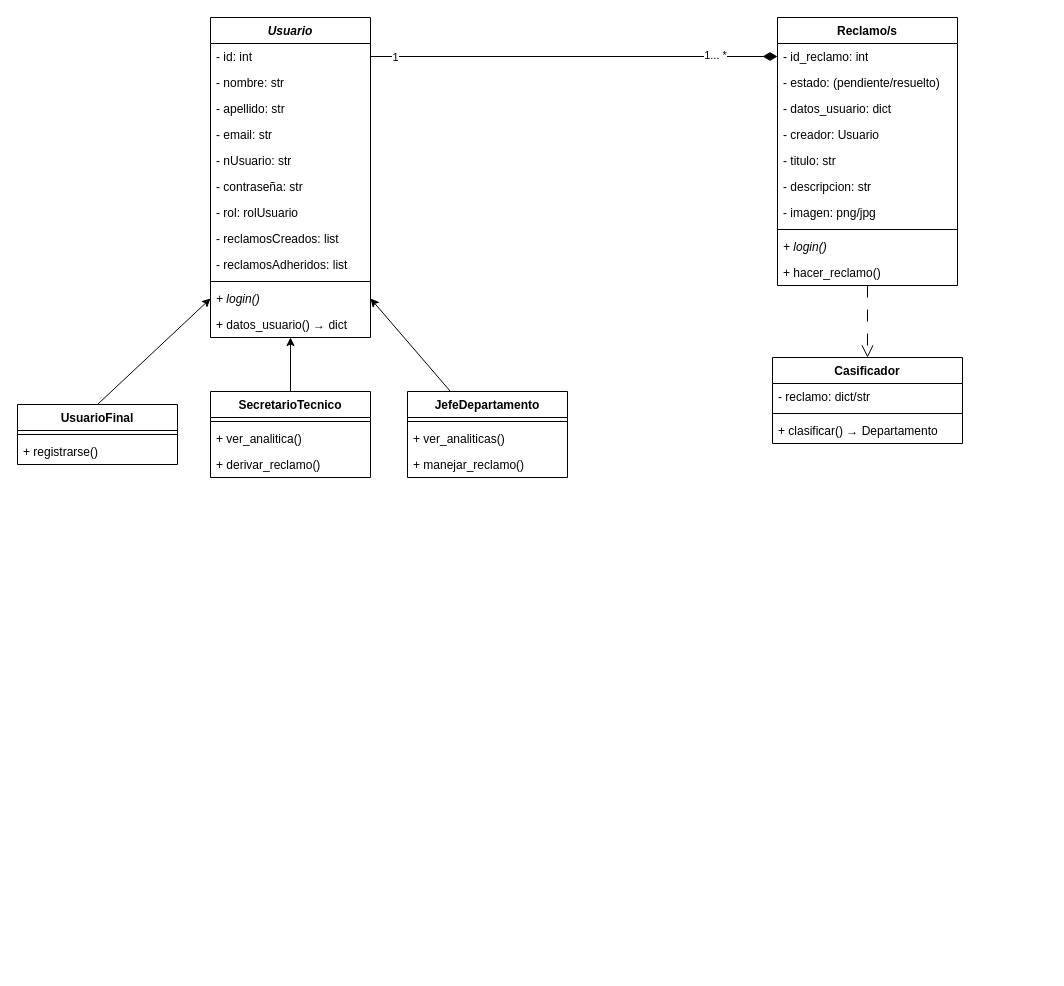
Before: TrabajoPractico_3/docs/diagrama_UML_TP3.drawio in FelipeCarrozzo/prog_avanzada, a draw.io diagram. Source tidied: cells renumbered, new cells numbered last; positions are measured from the earlier drawing's top-left corner, leaving out a move shared by most shapes. Both pictures are drawn from the tidied source at 100%, with x=0, y=0 at pixel (17, 17).
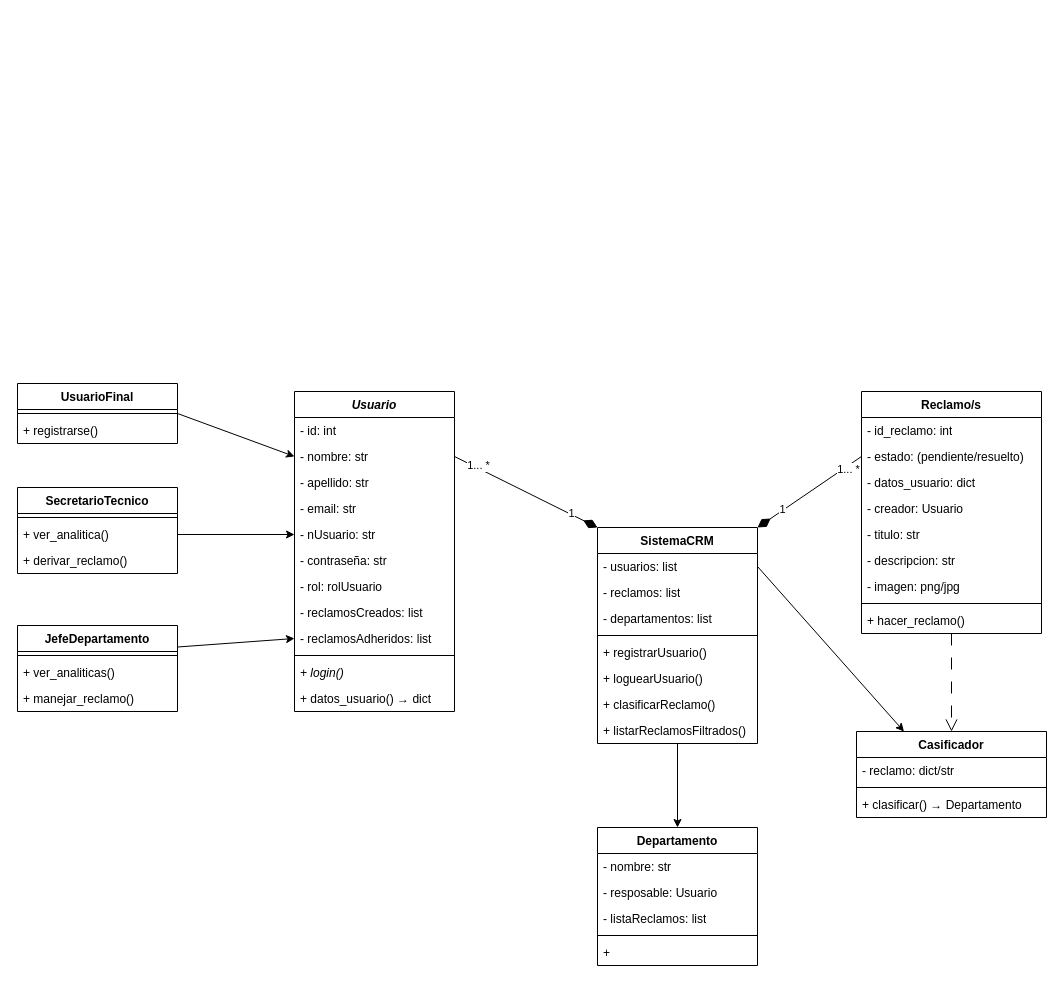
Above is the later version.

Commit message:
actualizo UML. Revisar relaciones

The change refers to these unchanged cells:
```xml
<mxCell id="10" value="- id: int" style="text;strokeColor=none;fillColor=none;align=left;verticalAlign=top;spacingLeft=4;spacingRight=4;overflow=hidden;points=[[0,0.5],[1,0.5]];portConstraint=eastwest;whiteSpace=wrap;html=1;" parent="9" vertex="1">
  <mxGeometry y="26" width="160" height="26" as="geometry" />
</mxCell>
<mxCell id="11" value="- nombre: str" style="text;strokeColor=none;fillColor=none;align=left;verticalAlign=top;spacingLeft=4;spacingRight=4;overflow=hidden;points=[[0,0.5],[1,0.5]];portConstraint=eastwest;whiteSpace=wrap;html=1;" parent="9" vertex="1">
  <mxGeometry y="52" width="160" height="26" as="geometry" />
</mxCell>
<mxCell id="14" value="- nUsuario: str" style="text;strokeColor=none;fillColor=none;align=left;verticalAlign=top;spacingLeft=4;spacingRight=4;overflow=hidden;points=[[0,0.5],[1,0.5]];portConstraint=eastwest;whiteSpace=wrap;html=1;" parent="9" vertex="1">
  <mxGeometry y="130" width="160" height="26" as="geometry" />
</mxCell>
<mxCell id="18" value="- reclamosAdheridos: list&amp;nbsp;" style="text;strokeColor=none;fillColor=none;align=left;verticalAlign=top;spacingLeft=4;spacingRight=4;overflow=hidden;points=[[0,0.5],[1,0.5]];portConstraint=eastwest;whiteSpace=wrap;html=1;" parent="9" vertex="1">
  <mxGeometry y="234" width="160" height="26" as="geometry" />
</mxCell>
<mxCell id="20" value="&lt;i&gt;&lt;font style=&quot;color: rgb(0, 0, 0);&quot;&gt;+ login()&lt;/font&gt;&lt;/i&gt;" style="text;strokeColor=none;fillColor=none;align=left;verticalAlign=top;spacingLeft=4;spacingRight=4;overflow=hidden;points=[[0,0.5],[1,0.5]];portConstraint=eastwest;whiteSpace=wrap;html=1;" parent="9" vertex="1">
  <mxGeometry y="268" width="160" height="26" as="geometry" />
</mxCell>
<mxCell id="25" value="+ ver_analitica()" style="text;strokeColor=none;fillColor=none;align=left;verticalAlign=top;spacingLeft=4;spacingRight=4;overflow=hidden;points=[[0,0.5],[1,0.5]];portConstraint=eastwest;whiteSpace=wrap;html=1;" parent="23" vertex="1">
  <mxGeometry y="34" width="160" height="26" as="geometry" />
</mxCell>
<mxCell id="34" value="- id_reclamo: int" style="text;strokeColor=none;fillColor=none;align=left;verticalAlign=top;spacingLeft=4;spacingRight=4;overflow=hidden;points=[[0,0.5],[1,0.5]];portConstraint=eastwest;whiteSpace=wrap;html=1;" parent="33" vertex="1">
  <mxGeometry y="26" width="180" height="26" as="geometry" />
</mxCell>
<mxCell id="35" value="- estado: (pendiente/resuelto)" style="text;strokeColor=none;fillColor=none;align=left;verticalAlign=top;spacingLeft=4;spacingRight=4;overflow=hidden;points=[[0,0.5],[1,0.5]];portConstraint=eastwest;whiteSpace=wrap;html=1;" parent="33" vertex="1">
  <mxGeometry y="52" width="180" height="26" as="geometry" />
</mxCell>
```

What changed in the source:
```diff
@@
-    <mxCell id="2" style="edgeStyle=none;html=1;exitX=0.5;exitY=0;exitDx=0;exitDy=0;entryX=0;entryY=0.5;entryDx=0;entryDy=0;" parent="1" edge="1" source="3" target="20">
-      <mxGeometry relative="1" as="geometry" />
-    </mxCell>
+    <mxCell id="48" style="edgeStyle=none;html=1;exitX=1;exitY=0.5;exitDx=0;exitDy=0;entryX=0;entryY=0.5;entryDx=0;entryDy=0;" parent="1" edge="1" source="3" target="11">
+      <mxGeometry relative="1" as="geometry" />
+    </mxCell>
     <mxCell id="3" value="UsuarioFinal" style="swimlane;fontStyle=1;align=center;verticalAlign=top;horizontal=1;startSize=26;whiteSpace=wrap;html=1;" parent="1" vertex="1">
-      <mxGeometry y="387" width="160" height="60" as="geometry" />
+      <mxGeometry y="366" width="160" height="60" as="geometry" />
     </mxCell>
@@
-    <mxCell id="6" style="edgeStyle=none;html=1;exitX=1;exitY=0.5;exitDx=0;exitDy=0;entryX=0;entryY=0.5;entryDx=0;entryDy=0;endArrow=diamondThin;endFill=1;endSize=12;" parent="1" edge="1" source="10" target="34">
-      <mxGeometry relative="1" as="geometry" />
-    </mxCell>
-    <mxCell id="7" value="1" style="edgeLabel;html=1;align=center;verticalAlign=middle;" parent="6" vertex="1">
-      <mxGeometry x="-0.88" relative="1" as="geometry" />
-    </mxCell>
-    <mxCell id="8" value="1... *" style="edgeLabel;html=1;align=center;verticalAlign=middle;" parent="6" vertex="1">
-      <mxGeometry x="0.76" y="2" relative="1" as="geometry">
-        <mxPoint x="-14" as="offset" />
-      </mxGeometry>
-    </mxCell>
     <mxCell id="9" value="&lt;i&gt;&lt;font style=&quot;color: rgb(0, 0, 0);&quot;&gt;Usuario&lt;/font&gt;&lt;/i&gt;" style="swimlane;fontStyle=1;align=center;verticalAlign=top;horizontal=1;startSize=26;whiteSpace=wrap;html=1;" parent="1" vertex="1">
-      <mxGeometry x="193" width="160" height="320" as="geometry" />
+      <mxGeometry x="277" y="374" width="160" height="320" as="geometry" />
     </mxCell>
@@
-    <mxCell id="22" style="edgeStyle=none;html=1;entryX=0.5;entryY=1;entryDx=0;entryDy=0;" parent="1" edge="1" source="23" target="9">
-      <mxGeometry relative="1" as="geometry" />
-    </mxCell>
     <mxCell id="23" value="SecretarioTecnico" style="swimlane;fontStyle=1;align=center;verticalAlign=top;horizontal=1;startSize=26;whiteSpace=wrap;html=1;" parent="1" vertex="1">
-      <mxGeometry x="193" y="374" width="160" height="86" as="geometry" />
+      <mxGeometry y="470" width="160" height="86" as="geometry" />
     </mxCell>
@@
-    <mxCell id="27" style="edgeStyle=none;html=1;entryX=1;entryY=0.5;entryDx=0;entryDy=0;" parent="1" edge="1" source="28" target="20">
-      <mxGeometry relative="1" as="geometry" />
-    </mxCell>
+    <mxCell id="49" style="edgeStyle=none;html=1;exitX=1;exitY=0.25;exitDx=0;exitDy=0;entryX=0;entryY=0.5;entryDx=0;entryDy=0;" parent="1" edge="1" source="28" target="18">
+      <mxGeometry relative="1" as="geometry" />
+    </mxCell>
     <mxCell id="28" value="JefeDepartamento" style="swimlane;fontStyle=1;align=center;verticalAlign=top;horizontal=1;startSize=26;whiteSpace=wrap;html=1;" parent="1" vertex="1">
-      <mxGeometry x="390" y="374" width="160" height="86" as="geometry" />
+      <mxGeometry y="608" width="160" height="86" as="geometry" />
     </mxCell>
@@
     <mxCell id="33" value="Reclamo/s" style="swimlane;fontStyle=1;align=center;verticalAlign=top;horizontal=1;startSize=26;whiteSpace=wrap;html=1;" parent="1" vertex="1">
-      <mxGeometry x="760" width="180" height="268" as="geometry" />
+      <mxGeometry x="844" y="374" width="180" height="242" as="geometry" />
     </mxCell>
@@
-    <mxCell id="42" value="&lt;i&gt;&lt;font style=&quot;color: rgb(0, 0, 0);&quot;&gt;+ login()&lt;/font&gt;&lt;/i&gt;" style="text;strokeColor=none;fillColor=none;align=left;verticalAlign=top;spacingLeft=4;spacingRight=4;overflow=hidden;whiteSpace=wrap;html=1;" parent="33" vertex="1">
-      <mxGeometry y="216" width="180" height="26" as="geometry" />
-    </mxCell>
     <mxCell id="43" value="&lt;font style=&quot;color: rgb(0, 0, 0);&quot;&gt;+ hacer_reclamo()&lt;/font&gt;" style="text;strokeColor=none;fillColor=none;align=left;verticalAlign=top;spacingLeft=4;spacingRight=4;overflow=hidden;whiteSpace=wrap;html=1;" parent="33" vertex="1">
-      <mxGeometry y="242" width="180" height="26" as="geometry" />
+      <mxGeometry y="216" width="180" height="26" as="geometry" />
     </mxCell>
     <mxCell id="44" value="Casificador" style="swimlane;fontStyle=1;align=center;verticalAlign=top;horizontal=1;startSize=26;whiteSpace=wrap;html=1;" parent="1" vertex="1">
-      <mxGeometry x="755" y="340" width="190" height="86" as="geometry" />
+      <mxGeometry x="839" y="714" width="190" height="86" as="geometry" />
     </mxCell>
@@
+    <mxCell id="50" value="Departamento" style="swimlane;fontStyle=1;align=center;verticalAlign=top;horizontal=1;startSize=26;whiteSpace=wrap;html=1;" parent="1" vertex="1">
+      <mxGeometry x="580" y="810" width="160" height="138" as="geometry" />
+    </mxCell>
+    <mxCell id="51" value="- nombre: str" style="text;strokeColor=none;fillColor=none;align=left;verticalAlign=top;spacingLeft=4;spacingRight=4;overflow=hidden;whiteSpace=wrap;html=1;" parent="50" vertex="1">
+      <mxGeometry y="26" width="160" height="26" as="geometry" />
+    </mxCell>
+    <mxCell id="52" value="- resposable: Usuario" style="text;strokeColor=none;fillColor=none;align=left;verticalAlign=top;spacingLeft=4;spacingRight=4;overflow=hidden;whiteSpace=wrap;html=1;" parent="50" vertex="1">
+      <mxGeometry y="52" width="160" height="26" as="geometry" />
+    </mxCell>
+    <mxCell id="53" value="- listaReclamos: list" style="text;strokeColor=none;fillColor=none;align=left;verticalAlign=top;spacingLeft=4;spacingRight=4;overflow=hidden;whiteSpace=wrap;html=1;" parent="50" vertex="1">
+      <mxGeometry y="78" width="160" height="26" as="geometry" />
+    </mxCell>
+    <mxCell id="54" style="line;strokeWidth=1;fillColor=none;align=left;verticalAlign=middle;spacingTop=-1;spacingLeft=3;spacingRight=3;labelPosition=right;strokeColor=inherit;" parent="50" vertex="1">
+      <mxGeometry y="104" width="160" height="8" as="geometry" />
+    </mxCell>
+    <mxCell id="55" value="+&amp;nbsp;" style="text;strokeColor=none;fillColor=none;align=left;verticalAlign=top;spacingLeft=4;spacingRight=4;overflow=hidden;whiteSpace=wrap;html=1;" parent="50" vertex="1">
+      <mxGeometry y="112" width="160" height="26" as="geometry" />
+    </mxCell>
+    <mxCell id="56" style="edgeStyle=none;html=1;exitX=0.5;exitY=1;exitDx=0;exitDy=0;entryX=0.5;entryY=0;entryDx=0;entryDy=0;" parent="1" edge="1" source="57" target="50">
+      <mxGeometry relative="1" as="geometry" />
+    </mxCell>
+    <mxCell id="57" value="SistemaCRM" style="swimlane;fontStyle=1;align=center;verticalAlign=top;horizontal=1;startSize=26;whiteSpace=wrap;html=1;" parent="1" vertex="1">
+      <mxGeometry x="580" y="510" width="160" height="216" as="geometry" />
+    </mxCell>
+    <mxCell id="58" value="- usuarios: list" style="text;strokeColor=none;fillColor=none;align=left;verticalAlign=top;spacingLeft=4;spacingRight=4;overflow=hidden;points=[[0,0.5],[1,0.5]];portConstraint=eastwest;whiteSpace=wrap;html=1;" parent="57" vertex="1">
+      <mxGeometry y="26" width="160" height="26" as="geometry" />
+    </mxCell>
+    <mxCell id="59" value="- reclamos: list" style="text;strokeColor=none;fillColor=none;align=left;verticalAlign=top;spacingLeft=4;spacingRight=4;overflow=hidden;whiteSpace=wrap;html=1;" parent="57" vertex="1">
+      <mxGeometry y="52" width="160" height="26" as="geometry" />
+    </mxCell>
+    <mxCell id="60" value="- departamentos: list" style="text;strokeColor=none;fillColor=none;align=left;verticalAlign=top;spacingLeft=4;spacingRight=4;overflow=hidden;whiteSpace=wrap;html=1;" parent="57" vertex="1">
+      <mxGeometry y="78" width="160" height="26" as="geometry" />
+    </mxCell>
+    <mxCell id="61" style="line;strokeWidth=1;fillColor=none;align=left;verticalAlign=middle;spacingTop=-1;spacingLeft=3;spacingRight=3;labelPosition=right;strokeColor=inherit;" parent="57" vertex="1">
+      <mxGeometry y="104" width="160" height="8" as="geometry" />
+    </mxCell>
+    <mxCell id="62" value="+ registrarUsuario()" style="text;strokeColor=none;fillColor=none;align=left;verticalAlign=top;spacingLeft=4;spacingRight=4;overflow=hidden;whiteSpace=wrap;html=1;" parent="57" vertex="1">
+      <mxGeometry y="112" width="160" height="26" as="geometry" />
+    </mxCell>
+    <mxCell id="63" value="+ loguearUsuario()" style="text;strokeColor=none;fillColor=none;align=left;verticalAlign=top;spacingLeft=4;spacingRight=4;overflow=hidden;whiteSpace=wrap;html=1;" parent="57" vertex="1">
+      <mxGeometry y="138" width="160" height="26" as="geometry" />
+    </mxCell>
+    <mxCell id="64" value="+ clasificarReclamo()" style="text;strokeColor=none;fillColor=none;align=left;verticalAlign=top;spacingLeft=4;spacingRight=4;overflow=hidden;whiteSpace=wrap;html=1;" parent="57" vertex="1">
+      <mxGeometry y="164" width="160" height="26" as="geometry" />
+    </mxCell>
+    <mxCell id="65" value="+ listarReclamosFiltrados()" style="text;strokeColor=none;fillColor=none;align=left;verticalAlign=top;spacingLeft=4;spacingRight=4;overflow=hidden;whiteSpace=wrap;html=1;" parent="57" vertex="1">
+      <mxGeometry y="190" width="160" height="26" as="geometry" />
+    </mxCell>
+    <mxCell id="66" style="edgeStyle=none;html=1;exitX=1;exitY=0.5;exitDx=0;exitDy=0;entryX=0.25;entryY=0;entryDx=0;entryDy=0;" parent="1" edge="1" source="58" target="44">
+      <mxGeometry relative="1" as="geometry" />
+    </mxCell>
+    <mxCell id="67" style="edgeStyle=none;html=1;exitX=1;exitY=0.5;exitDx=0;exitDy=0;entryX=0;entryY=0.5;entryDx=0;entryDy=0;" parent="1" edge="1" source="25" target="14">
+      <mxGeometry relative="1" as="geometry" />
+    </mxCell>
+    <mxCell id="68" style="edgeStyle=none;html=1;exitX=0;exitY=0.5;exitDx=0;exitDy=0;entryX=1;entryY=0;entryDx=0;entryDy=0;endArrow=diamondThin;endFill=1;endSize=13;" parent="1" edge="1" source="35" target="57">
+      <mxGeometry relative="1" as="geometry" />
+    </mxCell>
+    <mxCell id="69" value="1... *" style="edgeLabel;html=1;align=center;verticalAlign=middle;" parent="68" vertex="1">
+      <mxGeometry x="-0.7" y="2" relative="1" as="geometry">
+        <mxPoint x="1" as="offset" />
+      </mxGeometry>
+    </mxCell>
+    <mxCell id="70" value="1" style="edgeLabel;html=1;align=center;verticalAlign=middle;" parent="68" vertex="1">
+      <mxGeometry x="0.51" y="-1" relative="1" as="geometry" />
+    </mxCell>
+    <mxCell id="71" style="edgeStyle=none;html=1;exitX=1;exitY=0.5;exitDx=0;exitDy=0;entryX=0;entryY=0;entryDx=0;entryDy=0;endArrow=diamondThin;endFill=1;endSize=13;" parent="1" edge="1" source="11" target="57">
+      <mxGeometry relative="1" as="geometry" />
+    </mxCell>
+    <mxCell id="72" value="1... *" style="edgeLabel;html=1;align=center;verticalAlign=middle;" parent="71" vertex="1">
+      <mxGeometry x="-0.7" y="2" relative="1" as="geometry">
+        <mxPoint x="1" as="offset" />
+      </mxGeometry>
+    </mxCell>
+    <mxCell id="73" value="1" style="edgeLabel;html=1;align=center;verticalAlign=middle;" parent="71" vertex="1">
+      <mxGeometry x="0.63" y="1" relative="1" as="geometry" />
+    </mxCell>
```
